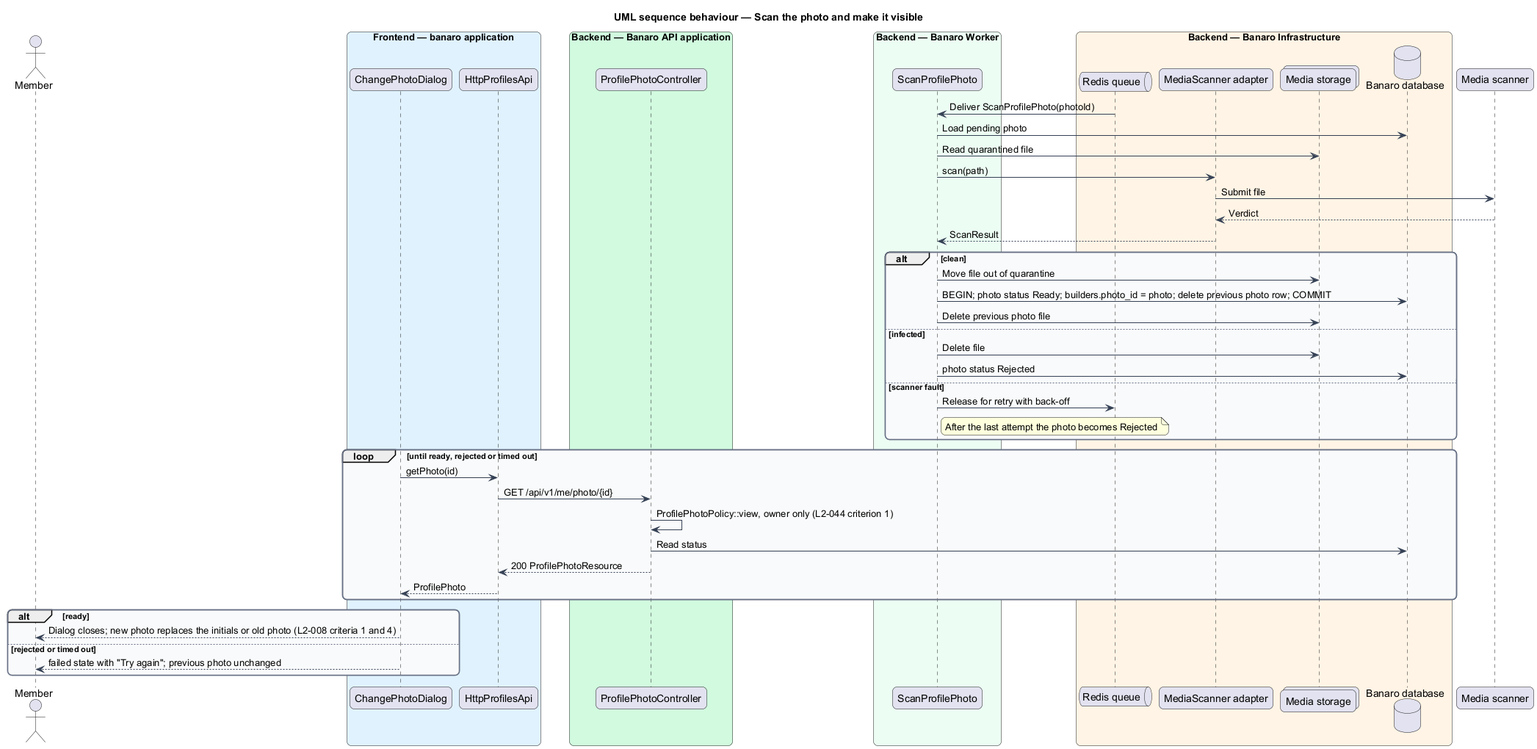
Earlier version of the PlantUML export docs/detailed-designs/profiles/change-profile-photo/diagrams/sequence-scan-photo.png (QuinntyneBrown/banaro).
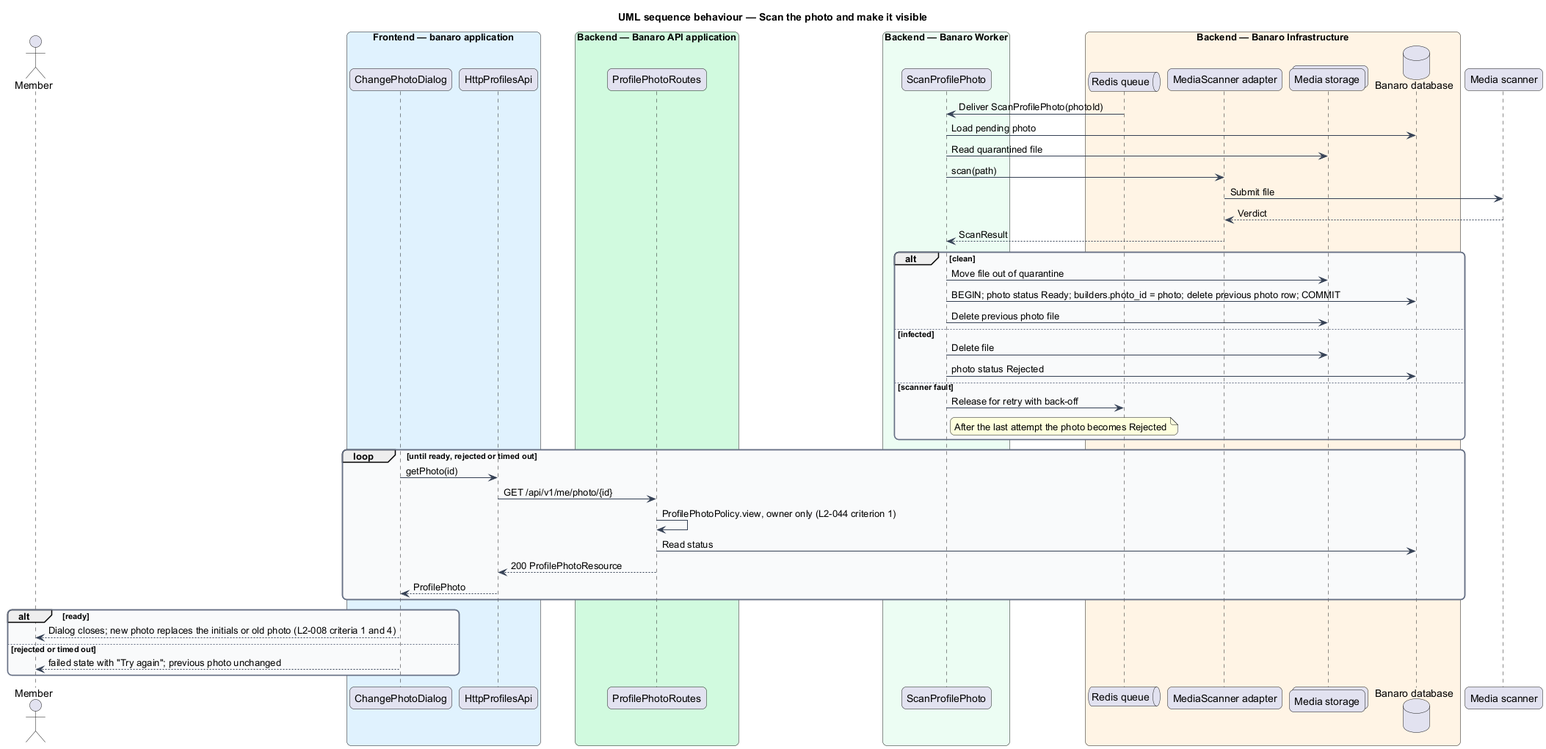
The same file after the commit.

What changed in the source:
```diff
@@ -20,7 +20,7 @@
   participant "HttpProfilesApi" as client
 end box
 box "Backend — Banaro API application" #D1FADF
-  participant "ProfilePhotoController" as controller
+  participant "ProfilePhotoRoutes" as controller
 end box
 box "Backend — Banaro Worker" #ECFDF3
   participant "ScanProfilePhoto" as job
@@ -55,7 +55,7 @@
 loop until ready, rejected or timed out
   dialog -> client : getPhoto(id)
   client -> controller : GET /api/v1/me/photo/{id}
-  controller -> controller : ProfilePhotoPolicy::view, owner only (L2-044 criterion 1)
+  controller -> controller : ProfilePhotoPolicy.view, owner only (L2-044 criterion 1)
   controller -> db : Read status
   controller --> client : 200 ProfilePhotoResource
   client --> dialog : ProfilePhoto
```
